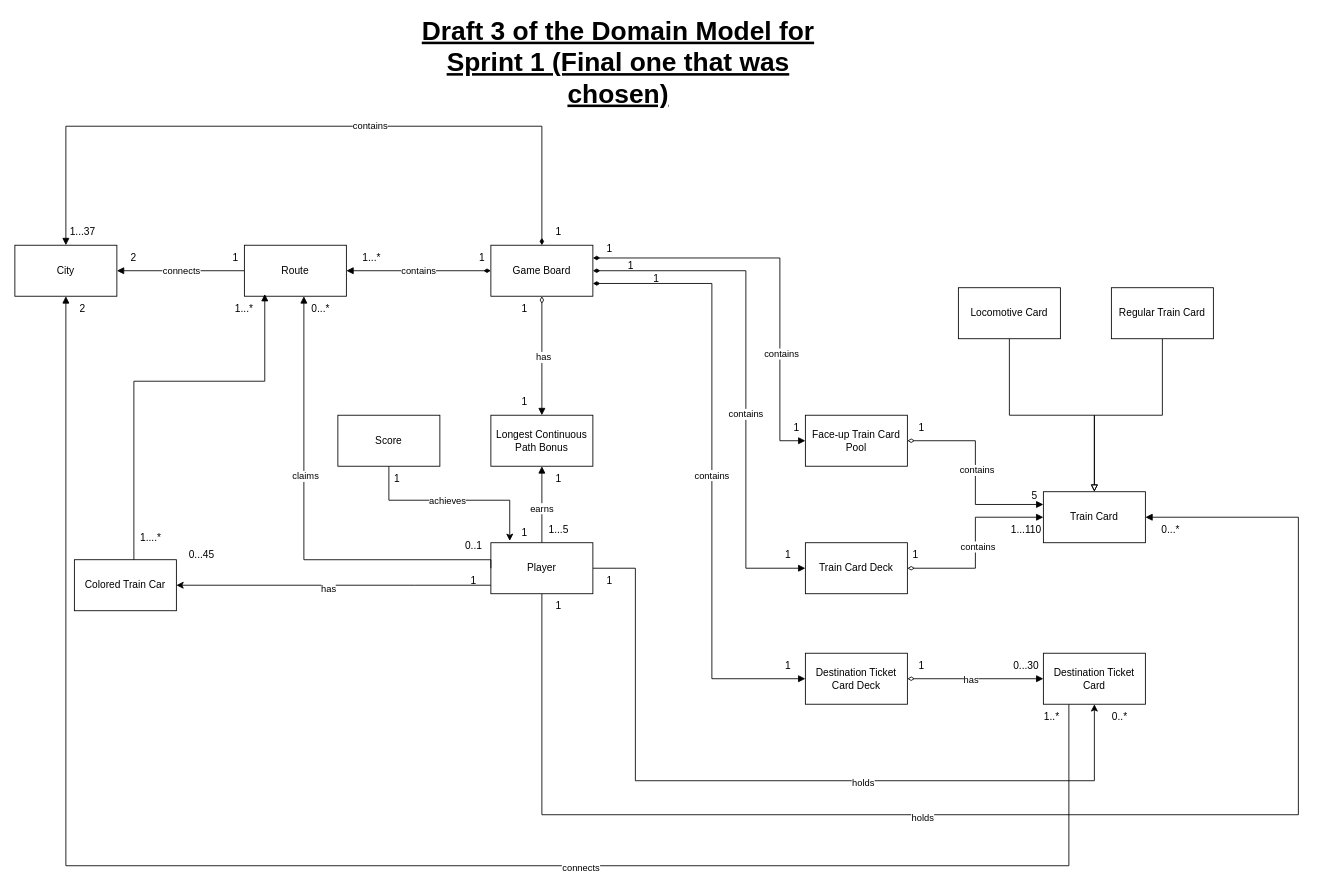
Earlier version of the draw.io diagram Sprint 1 Deliverables/Domain Model/Sprint_1_Domain_Model_Draft_3_FINAL.drawio (junhao0811/ticket-to-ride-london). Source tidied: cells renumbered, new cells numbered last; positions are measured from the earlier drawing's top-left corner, leaving out a move shared by most shapes. Both pictures are drawn from the tidied source at 85%, with x=0, y=0 at pixel (14, 49).
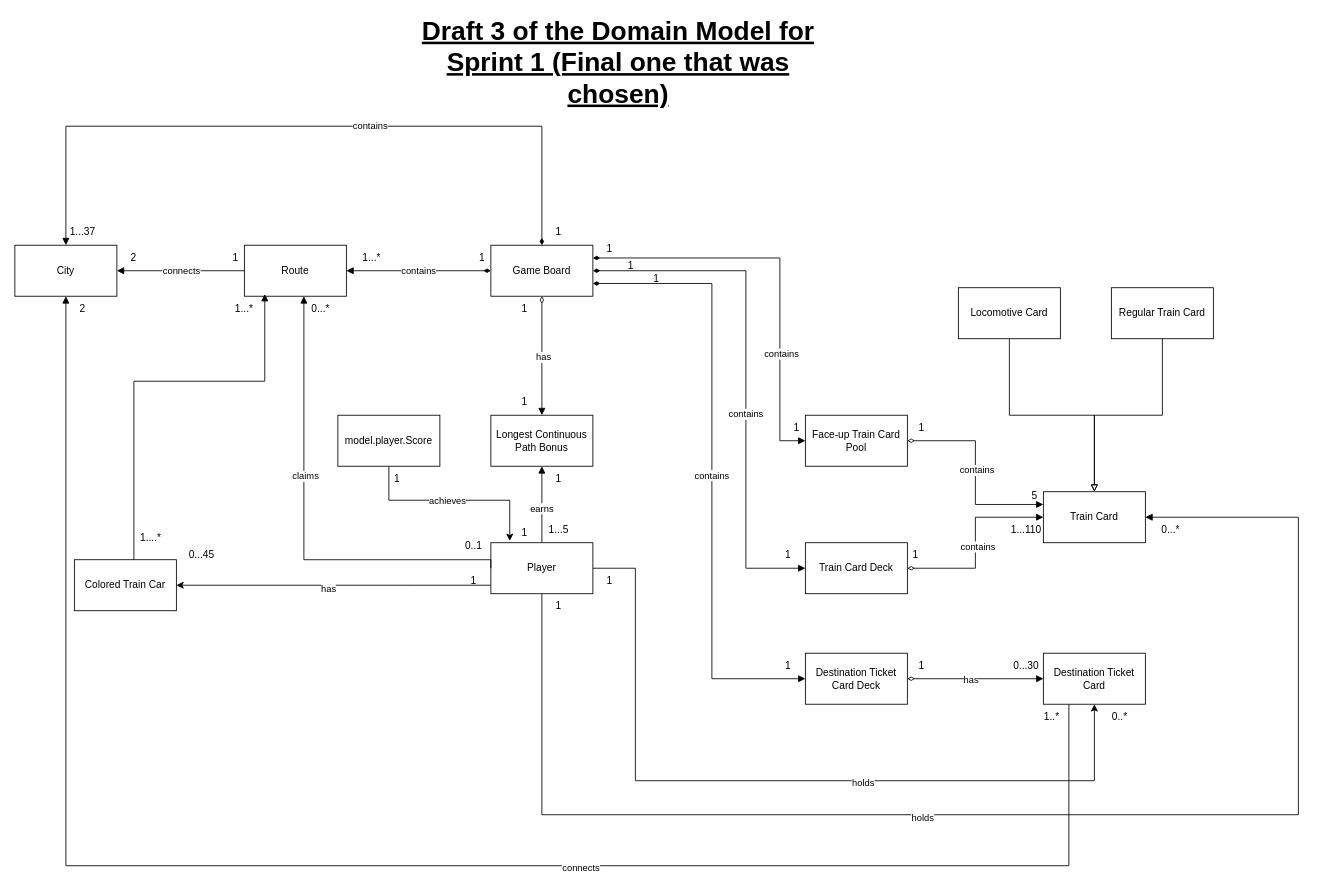
Above is the later version.

What changed in the source:
```diff
@@
-    <mxCell id="85" value="Score" style="rounded=0;whiteSpace=wrap;html=1;" parent="1" vertex="1">
+    <mxCell id="85" value="model.player.Score" style="rounded=0;whiteSpace=wrap;html=1;" parent="1" vertex="1">
       <mxGeometry x="380" y="430" width="120" height="60" as="geometry" />
     </mxCell>
```
